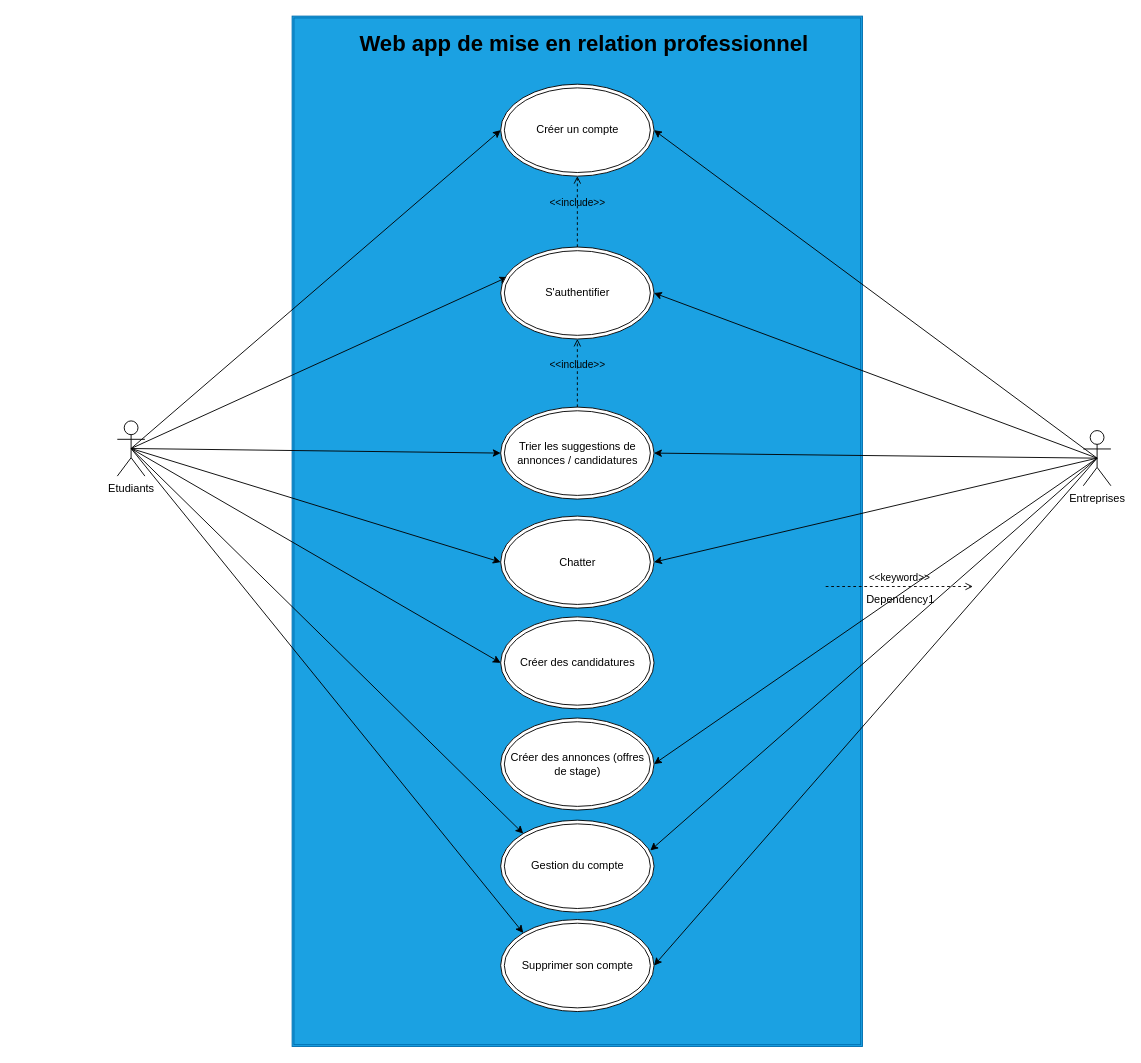
Before: schémas/diagramme cas d'utilisation.drawio in KoffiDMonky/AltIzy, a draw.io diagram. Source tidied: cells renumbered, new cells numbered last; positions are measured from the earlier drawing's top-left corner, leaving out a move shared by most shapes. Both pictures are drawn from the tidied source at 92%, with x=0, y=0 at pixel (117, 16).
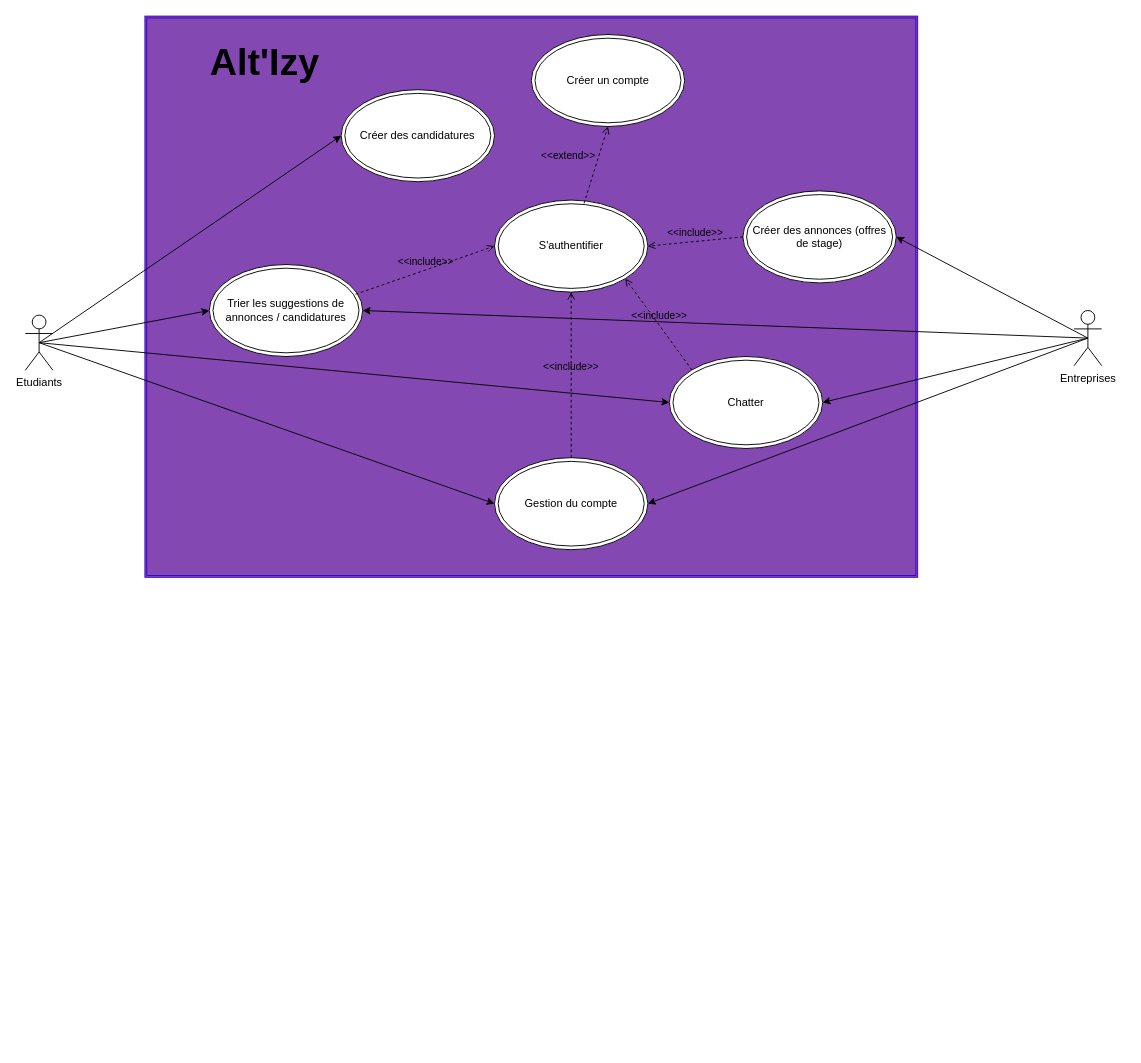
Above is the later version.

The edit, as a diff of the source:
```diff
@@
-    <mxCell id="2" style="shape=ext;double=1;rounded=0;whiteSpace=wrap;html=1;fillColor=#1ba1e2;fontColor=#ffffff;strokeColor=#006EAF;" parent="1" vertex="1">
-      <mxGeometry x="190" width="620" height="1120" as="geometry" />
+    <mxCell id="2" style="shape=ext;double=1;rounded=0;whiteSpace=wrap;html=1;fillColor=#8448b3;fontColor=#ffffff;strokeColor=#3700CC;" parent="1" vertex="1">
+      <mxGeometry x="30" width="840" height="610" as="geometry" />
     </mxCell>
     <mxCell id="3" value="Créer un compte" style="ellipse;shape=doubleEllipse;whiteSpace=wrap;html=1;" parent="1" vertex="1">
-      <mxGeometry x="416.7" y="74" width="166.7" height="100" as="geometry" />
+      <mxGeometry x="450" y="20" width="166.7" height="100" as="geometry" />
     </mxCell>
     <mxCell id="4" value="Trier les suggestions de annonces / candidatures" style="ellipse;shape=doubleEllipse;whiteSpace=wrap;html=1;" parent="1" vertex="1">
-      <mxGeometry x="416.7" y="425" width="166.7" height="100" as="geometry" />
+      <mxGeometry x="100" y="270" width="166.7" height="100" as="geometry" />
     </mxCell>
-    <mxCell id="5" value="Web app de mise en relation professionnel" style="text;strokeColor=none;fillColor=none;html=1;fontSize=24;fontStyle=1;verticalAlign=middle;align=center;" parent="1" vertex="1">
-      <mxGeometry x="227" y="10" width="560" height="40" as="geometry" />
+    <mxCell id="5" value="&lt;font style=&quot;font-size: 41px&quot;&gt;Alt'Izy&lt;/font&gt;" style="text;strokeColor=none;fillColor=none;html=1;fontSize=24;fontStyle=1;verticalAlign=middle;align=center;" parent="1" vertex="1">
+      <mxGeometry x="110" y="30" width="100" height="40" as="geometry" />
     </mxCell>
     <mxCell id="6" value="Chatter" style="ellipse;shape=doubleEllipse;whiteSpace=wrap;html=1;" parent="1" vertex="1">
-      <mxGeometry x="416.7" y="543.5" width="166.7" height="100" as="geometry" />
+      <mxGeometry x="600" y="370" width="166.7" height="100" as="geometry" />
     </mxCell>
     <mxCell id="7" value="Créer des annonces (offres de stage)" style="ellipse;shape=doubleEllipse;whiteSpace=wrap;html=1;" parent="1" vertex="1">
-      <mxGeometry x="416.7" y="763" width="166.7" height="100" as="geometry" />
+      <mxGeometry x="680" y="190" width="166.7" height="100" as="geometry" />
     </mxCell>
-    <mxCell id="8" style="edgeStyle=none;html=1;exitX=0.5;exitY=0.5;exitDx=0;exitDy=0;exitPerimeter=0;entryX=0;entryY=0.5;entryDx=0;entryDy=0;" parent="1" edge="1" source="15" target="3">
-      <mxGeometry relative="1" as="geometry" />
-    </mxCell>
@@
-    <mxCell id="11" style="edgeStyle=none;html=1;exitX=0.5;exitY=0.5;exitDx=0;exitDy=0;exitPerimeter=0;entryX=0;entryY=0;entryDx=0;entryDy=0;" parent="1" edge="1" source="15" target="24">
-      <mxGeometry relative="1" as="geometry" />
-    </mxCell>
-    <mxCell id="12" style="edgeStyle=none;html=1;exitX=0.5;exitY=0.5;exitDx=0;exitDy=0;exitPerimeter=0;entryX=0.044;entryY=0.327;entryDx=0;entryDy=0;entryPerimeter=0;" parent="1" edge="1" source="15" target="25">
-      <mxGeometry relative="1" as="geometry" />
-    </mxCell>
-    <mxCell id="13" style="edgeStyle=none;html=1;exitX=0.5;exitY=0.5;exitDx=0;exitDy=0;exitPerimeter=0;entryX=0;entryY=0;entryDx=0;entryDy=0;" parent="1" edge="1" source="15" target="26">
+    <mxCell id="13" style="edgeStyle=none;html=1;exitX=0.5;exitY=0.5;exitDx=0;exitDy=0;exitPerimeter=0;entryX=0;entryY=0.5;entryDx=0;entryDy=0;" parent="1" edge="1" source="15" target="26">
       <mxGeometry relative="1" as="geometry" />
     </mxCell>
@@
     <mxCell id="15" value="Etudiants" style="shape=umlActor;verticalLabelPosition=bottom;verticalAlign=top;html=1;outlineConnect=0;" parent="1" vertex="1">
-      <mxGeometry y="440" width="30" height="60" as="geometry" />
+      <mxGeometry x="-100" y="325" width="30" height="60" as="geometry" />
     </mxCell>
-    <mxCell id="16" style="edgeStyle=none;html=1;exitX=0.5;exitY=0.5;exitDx=0;exitDy=0;exitPerimeter=0;entryX=1;entryY=0.5;entryDx=0;entryDy=0;" parent="1" edge="1" source="23" target="3">
-      <mxGeometry relative="1" as="geometry" />
-    </mxCell>
@@
-    <mxCell id="20" style="edgeStyle=none;html=1;exitX=0.5;exitY=0.5;exitDx=0;exitDy=0;exitPerimeter=0;entryX=1;entryY=0.5;entryDx=0;entryDy=0;" parent="1" edge="1" source="23" target="24">
-      <mxGeometry relative="1" as="geometry" />
-    </mxCell>
-    <mxCell id="21" style="edgeStyle=none;html=1;exitX=0.5;exitY=0.5;exitDx=0;exitDy=0;exitPerimeter=0;entryX=1;entryY=0.5;entryDx=0;entryDy=0;" parent="1" edge="1" source="23" target="25">
-      <mxGeometry relative="1" as="geometry" />
-    </mxCell>
-    <mxCell id="22" style="edgeStyle=none;html=1;exitX=0.5;exitY=0.5;exitDx=0;exitDy=0;exitPerimeter=0;entryX=0.976;entryY=0.329;entryDx=0;entryDy=0;entryPerimeter=0;" parent="1" edge="1" source="23" target="26">
+    <mxCell id="22" style="edgeStyle=none;html=1;exitX=0.5;exitY=0.5;exitDx=0;exitDy=0;exitPerimeter=0;entryX=1;entryY=0.5;entryDx=0;entryDy=0;" parent="1" edge="1" source="23" target="26">
       <mxGeometry relative="1" as="geometry" />
     </mxCell>
     <mxCell id="23" value="Entreprises" style="shape=umlActor;verticalLabelPosition=bottom;verticalAlign=top;html=1;outlineConnect=0;" parent="1" vertex="1">
-      <mxGeometry x="1050" y="450.5" width="30" height="60" as="geometry" />
+      <mxGeometry x="1040" y="320" width="30" height="60" as="geometry" />
     </mxCell>
-    <mxCell id="24" value="Supprimer son compte" style="ellipse;shape=doubleEllipse;whiteSpace=wrap;html=1;" parent="1" vertex="1">
-      <mxGeometry x="416.7" y="982" width="166.7" height="100" as="geometry" />
-    </mxCell>
     <mxCell id="25" value="S'authentifier" style="ellipse;shape=doubleEllipse;whiteSpace=wrap;html=1;" parent="1" vertex="1">
-      <mxGeometry x="416.7" y="251" width="166.7" height="100" as="geometry" />
+      <mxGeometry x="410" y="200" width="166.7" height="100" as="geometry" />
     </mxCell>
     <mxCell id="26" value="Gestion du compte" style="ellipse;shape=doubleEllipse;whiteSpace=wrap;html=1;" parent="1" vertex="1">
-      <mxGeometry x="416.7" y="874" width="166.7" height="100" as="geometry" />
+      <mxGeometry x="410" y="480" width="166.7" height="100" as="geometry" />
     </mxCell>
     <mxCell id="27" value="Créer des candidatures" style="ellipse;shape=doubleEllipse;whiteSpace=wrap;html=1;" parent="1" vertex="1">
-      <mxGeometry x="416.7" y="653" width="166.7" height="100" as="geometry" />
+      <mxGeometry x="243.3" y="80" width="166.7" height="100" as="geometry" />
     </mxCell>
-    <mxCell id="28" value="&amp;lt;&amp;lt;keyword&amp;gt;&amp;gt;" style="endArrow=open;html=1;rounded=0;align=center;verticalAlign=bottom;dashed=1;endFill=0;labelBackgroundColor=none;" parent="1" edge="1">
-      <mxGeometry relative="1" as="geometry">
-        <mxPoint x="770" y="620" as="sourcePoint" />
-        <mxPoint x="930" y="620" as="targetPoint" />
-      </mxGeometry>
-    </mxCell>
-    <mxCell id="29" value="Dependency1" style="html=1;align=center;verticalAlign=top;labelBackgroundColor=none;" parent="28" vertex="1">
-      <mxGeometry relative="1" as="geometry" />
-    </mxCell>
-    <mxCell id="30" value="&amp;lt;&amp;lt;include&amp;gt;&amp;gt;" style="endArrow=open;html=1;rounded=0;align=center;verticalAlign=bottom;dashed=1;endFill=0;labelBackgroundColor=none;entryX=0.5;entryY=1;entryDx=0;entryDy=0;exitX=0.5;exitY=0;exitDx=0;exitDy=0;" parent="1" edge="1" source="25" target="3">
-      <mxGeometry relative="1" as="geometry" />
+    <mxCell id="30" value="&amp;lt;&amp;lt;extend&amp;gt;&amp;gt;" style="endArrow=open;html=1;rounded=0;align=center;verticalAlign=bottom;dashed=1;endFill=0;labelBackgroundColor=none;entryX=0.5;entryY=1;entryDx=0;entryDy=0;exitX=0.584;exitY=0.035;exitDx=0;exitDy=0;exitPerimeter=0;" parent="1" edge="1" source="25" target="3">
+      <mxGeometry x="-0.17" y="29" relative="1" as="geometry" />
     </mxCell>
@@
-    <mxCell id="32" value="&amp;lt;&amp;lt;include&amp;gt;&amp;gt;" style="endArrow=open;html=1;rounded=0;align=center;verticalAlign=bottom;dashed=1;endFill=0;labelBackgroundColor=none;exitX=0.5;exitY=0;exitDx=0;exitDy=0;entryX=0.5;entryY=1;entryDx=0;entryDy=0;" parent="1" edge="1" source="4" target="25">
+    <mxCell id="32" value="&amp;lt;&amp;lt;include&amp;gt;&amp;gt;" style="endArrow=open;html=1;rounded=0;align=center;verticalAlign=bottom;dashed=1;endFill=0;labelBackgroundColor=none;exitX=0.954;exitY=0.323;exitDx=0;exitDy=0;entryX=0;entryY=0.5;entryDx=0;entryDy=0;exitPerimeter=0;" parent="1" edge="1" source="4" target="25">
       <mxGeometry relative="1" as="geometry" />
     </mxCell>
@@
+    <mxCell id="34" value="&amp;lt;&amp;lt;include&amp;gt;&amp;gt;" style="endArrow=open;html=1;rounded=0;align=center;verticalAlign=bottom;dashed=1;endFill=0;labelBackgroundColor=none;exitX=0.5;exitY=0;exitDx=0;exitDy=0;entryX=0.5;entryY=1;entryDx=0;entryDy=0;" parent="1" edge="1" source="26" target="25">
+      <mxGeometry relative="1" as="geometry" />
+    </mxCell>
+    <mxCell id="35" style="html=1;align=center;verticalAlign=top;labelBackgroundColor=none;" parent="34" vertex="1">
+      <mxGeometry relative="1" as="geometry" />
+    </mxCell>
+    <mxCell id="36" value="&amp;lt;&amp;lt;include&amp;gt;&amp;gt;" style="endArrow=open;html=1;rounded=0;align=center;verticalAlign=bottom;dashed=1;endFill=0;labelBackgroundColor=none;exitX=0;exitY=0;exitDx=0;exitDy=0;entryX=1;entryY=1;entryDx=0;entryDy=0;" parent="1" edge="1" source="6" target="25">
+      <mxGeometry relative="1" as="geometry" />
+    </mxCell>
+    <mxCell id="37" style="html=1;align=center;verticalAlign=top;labelBackgroundColor=none;" parent="36" vertex="1">
+      <mxGeometry relative="1" as="geometry" />
+    </mxCell>
+    <mxCell id="38" value="&amp;lt;&amp;lt;include&amp;gt;&amp;gt;" style="endArrow=open;html=1;rounded=0;align=center;verticalAlign=bottom;dashed=1;endFill=0;labelBackgroundColor=none;exitX=0;exitY=0.5;exitDx=0;exitDy=0;entryX=1;entryY=0.5;entryDx=0;entryDy=0;" parent="1" edge="1" source="7" target="25">
+      <mxGeometry relative="1" as="geometry" />
+    </mxCell>
+    <mxCell id="39" style="html=1;align=center;verticalAlign=top;labelBackgroundColor=none;" parent="38" vertex="1">
+      <mxGeometry relative="1" as="geometry" />
+    </mxCell>
```
